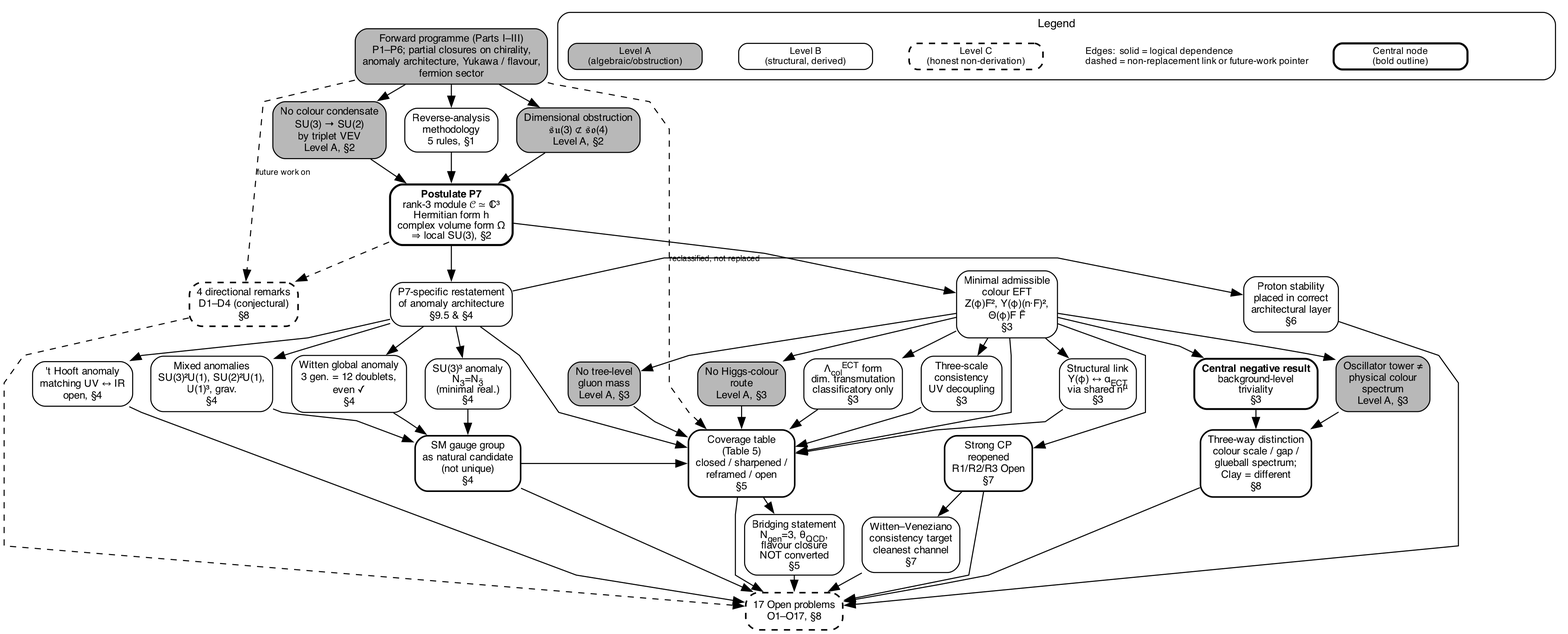
Above: figures/fig_partIV_derivation_logic.png in chufelo/ECT-preprint-code (Graphviz), before the change. Its source is kept beside it as scripts/fig_partIV_derivation_logic.gv. Source of this version:
```dot
digraph PartIV {
  rankdir=TB;
  fontname="Helvetica";
  node [fontname="Helvetica", fontsize=10, shape=box, style="rounded,filled", margin="0.10,0.06"];
  edge [fontname="Helvetica", fontsize=8, color="black", penwidth=1.0];
  splines=polyline;
  nodesep=0.25;
  ranksep=0.14;
  newrank=true;
  labeljust=c;

  { rank=same;
    node [fillcolor="#b8b8b8"];
    forward_inputs [label=<Forward programme (Parts I–III)<BR/>P1–P6; partial closures on chirality,<BR/>anomaly architecture, Yukawa / flavour,<BR/>fermion sector>, fontsize=10];
  }

  { rank=same;
    node [fillcolor="#ffffff"];
    methodology [label=<Reverse-analysis<BR/>methodology<BR/>5 rules, §1>];
    node [fillcolor="#b8b8b8"];
    obs_algebra [label=<Dimensional obstruction<BR/>𝔰𝔲(3) ⊄ 𝔰𝔬(4)<BR/>Level A, §2>];
    obs_condensate [label=<No colour condensate<BR/>SU(3) → SU(2)<BR/>by triplet VEV<BR/>Level A, §2>];
  }

  { rank=same;
    node [fillcolor="#ffffff", penwidth=2.0];
    P7 [label=<<B>Postulate P7</B><BR/>rank-3 module 𝒞 ≃ ℂ³<BR/>Hermitian form h<BR/>complex volume form Ω<BR/>⇒ local SU(3), §2>];
    node [penwidth=1.0];
  }

  { rank=same;
    node [fillcolor="#ffffff"];
    min_eft [label=<Minimal admissible<BR/>colour EFT<BR/>Z(φ)F², Y(φ)(n·F)²,<BR/>Θ(φ)F F̃<BR/>§3>];
    anomaly_restatement [label=<P7-specific restatement<BR/>of anomaly architecture<BR/>§9.5 &amp; §4>];
    proton [label=<Proton stability<BR/>placed in correct<BR/>architectural layer<BR/>§6>];
    node [fillcolor="white", style="rounded,dashed,filled", penwidth=1.5];
    directional [label=<4 directional remarks<BR/>D1–D4 (conjectural)<BR/>§8>];
    node [style="rounded,filled", penwidth=1.0];
  }

  { rank=same;
    node [fillcolor="#b8b8b8"];
    no_gluon_mass [label=<No tree-level<BR/>gluon mass<BR/>Level A, §3>];
    no_higgs_colour [label=<No Higgs-colour<BR/>route<BR/>Level A, §3>];
    no_oscillator [label=<Oscillator tower ≠<BR/>physical colour<BR/>spectrum<BR/>Level A, §3>];
  }

  { rank=same;
    node [fillcolor="#ffffff"];
    y_alpha [label=<Structural link<BR/>Y(φ) ↔ α<SUB>ECT</SUB><BR/>via shared n<SUP>μ</SUP><BR/>§3>];
    lambda_col [label=<Λ<SUB>col</SUB><SUP>ECT</SUP> form<BR/>dim. transmutation<BR/>classificatory only<BR/>§3>];
    triviality [label=<<B>Central negative result</B><BR/>background-level<BR/>triviality<BR/>§3>, penwidth=1.8];
    three_scale [label=<Three-scale<BR/>consistency<BR/>UV decoupling<BR/>§3>];
  }

  { rank=same;
    node [fillcolor="#ffffff"];
    anomaly_su33 [label=<SU(3)³ anomaly<BR/>N<SUB>3</SUB>=N<SUB>3̄</SUB><BR/>(minimal real.)<BR/>§4>];
    anomaly_mixed [label=<Mixed anomalies<BR/>SU(3)²U(1), SU(2)²U(1),<BR/>U(1)³, grav.<BR/>§4>];
    witten_ga [label=<Witten global anomaly<BR/>3 gen. = 12 doublets,<BR/>even ✓<BR/>§4>];
    thooft_match [label=<'t Hooft anomaly<BR/>matching UV ↔ IR<BR/>open, §4>];
  }

  { rank=same;
    node [fillcolor="#ffffff", penwidth=1.5];
    coverage [label=<Coverage table<BR/>(Table 5)<BR/>closed / sharpened /<BR/>reframed / open<BR/>§5>];
    sm_candidate [label=<SM gauge group<BR/>as natural candidate<BR/>(not unique)<BR/>§4>];
    strong_cp [label=<Strong CP<BR/>reopened<BR/>R1/R2/R3 Open<BR/>§7>];
    three_way [label=<Three-way distinction<BR/>colour scale / gap /<BR/>glueball spectrum;<BR/>Clay = different<BR/>§8>];
  }

  { rank=same;
    node [fillcolor="#ffffff"];
    bridging [label=<Bridging statement<BR/>N<SUB>gen</SUB>=3, θ<SUB>QCD</SUB>,<BR/>flavour closure<BR/>NOT converted<BR/>§5>];
    witten_ven [label=<Witten–Veneziano<BR/>consistency target<BR/>cleanest channel<BR/>§7>];
  }

  { rank=same;
    node [fillcolor="white", style="rounded,dashed,filled", penwidth=1.5];
    openlist [label=<17 Open problems<BR/>O1–O17, §8>];
    node [style="rounded,filled", penwidth=1.0];
  }

  forward_inputs -> methodology;
  forward_inputs -> obs_algebra;
  forward_inputs -> obs_condensate;

  methodology -> P7;
  obs_algebra -> P7;
  obs_condensate -> P7;

  P7 -> min_eft;
  P7 -> anomaly_restatement;
  anomaly_restatement -> proton;
  P7 -> directional [style=dashed];

  min_eft -> no_gluon_mass;
  min_eft -> no_higgs_colour;
  min_eft -> no_oscillator;

  min_eft -> y_alpha;
  min_eft -> lambda_col;
  min_eft -> triviality;
  min_eft -> three_scale;

  y_alpha -> coverage;
  lambda_col -> coverage;
  three_scale -> coverage;

  anomaly_restatement -> anomaly_su33;
  anomaly_restatement -> anomaly_mixed;
  anomaly_restatement -> witten_ga;
  anomaly_restatement -> thooft_match;

  min_eft -> coverage;
  anomaly_restatement -> coverage;
  anomaly_su33 -> sm_candidate;
  anomaly_mixed -> sm_candidate;
  witten_ga -> sm_candidate;
  sm_candidate -> coverage;
  min_eft -> strong_cp;
  triviality -> three_way;
  no_oscillator -> three_way;

  no_gluon_mass -> coverage;
  no_higgs_colour -> coverage;

  coverage -> bridging;
  strong_cp -> witten_ven;
  strong_cp -> openlist;

  bridging -> openlist;
  coverage -> openlist;
  three_way -> openlist;
  sm_candidate -> openlist;
  thooft_match -> openlist;
  witten_ven -> openlist;
  proton -> openlist;
  directional -> openlist [style=dashed];

  edge [style=dashed, color="black"];
  forward_inputs -> coverage [label="reclassified, not replaced"];
  forward_inputs -> directional [label="future work on"];

  subgraph cluster_legend {
    label="Legend";
    fontname="Helvetica";
    fontsize=11;
    style="rounded";
    color="black";
    margin=10;
    rank=sink;

    node [fontname="Helvetica", fontsize=9, shape=box, style="rounded,filled", margin="0.08,0.04", width=1.8, height=0.35];
    edge [style=invis];

    lg_A [label=<Level A<BR/>(algebraic/obstruction)>, fillcolor="#b8b8b8"];
    lg_B [label=<Level B<BR/>(structural, derived)>, fillcolor="#ffffff", penwidth=1.0];
    lg_C [label=<Level C<BR/>(honest non-derivation)>, fillcolor="white", style="rounded,dashed,filled", penwidth=1.5];
    lg_central [label=<Central node<BR/>(bold outline)>, fillcolor="#ffffff", penwidth=2.0];

    lg_A -> lg_B -> lg_C -> lg_central;

    lg_edge_solid_src [label="X", shape=point, width=0.01, style=invis];
    lg_edge_solid_dst [label="Y", shape=point, width=0.01, style=invis];
    lg_edge_dashed_src [label="X", shape=point, width=0.01, style=invis];
    lg_edge_dashed_dst [label="Y", shape=point, width=0.01, style=invis];

    lg_note [label=<Edges:  solid = logical dependence<BR ALIGN="LEFT"/>dashed = non-replacement link or future-work pointer<BR ALIGN="LEFT"/>>, fillcolor="white", shape=plaintext, style="", penwidth=0];
    lg_C -> lg_note [style=invis];
  }
}
```
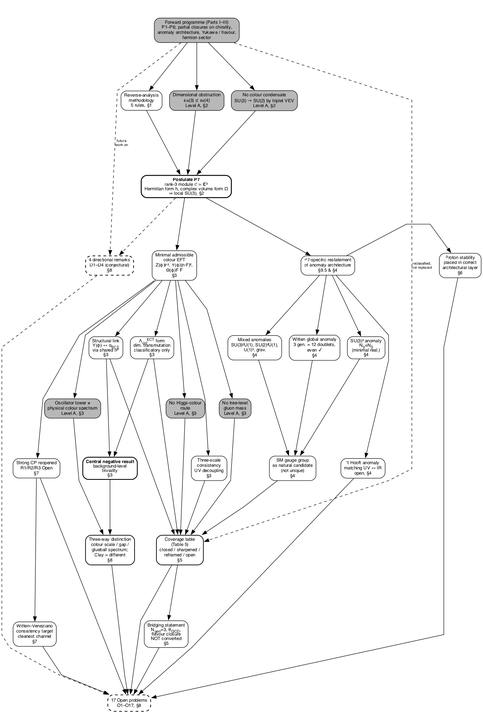
After the commit.

Commit message:
Part IV figure: portrait orientation + separate legend below

Change to the diagram source:
```diff
@@ -1,31 +1,42 @@
 digraph PartIV {
   rankdir=TB;
   fontname="Helvetica";
+  size="6.5,10!";
+  ratio=fill;
   node [fontname="Helvetica", fontsize=10, shape=box, style="rounded,filled", margin="0.10,0.06"];
   edge [fontname="Helvetica", fontsize=8, color="black", penwidth=1.0];
   splines=polyline;
-  nodesep=0.25;
-  ranksep=0.14;
+  nodesep=0.22;
+  ranksep=0.12;
   newrank=true;
   labeljust=c;
 
   { rank=same;
     node [fillcolor="#b8b8b8"];
-    forward_inputs [label=<Forward programme (Parts I–III)<BR/>P1–P6; partial closures on chirality,<BR/>anomaly architecture, Yukawa / flavour,<BR/>fermion sector>, fontsize=10];
+    forward_inputs [label=<Forward programme (Parts I–III)<BR/>P1–P6; partial closures on chirality,<BR/>anomaly architecture, Yukawa / flavour,<BR/>fermion sector>];
   }
 
   { rank=same;
     node [fillcolor="#ffffff"];
     methodology [label=<Reverse-analysis<BR/>methodology<BR/>5 rules, §1>];
+  }
+
+  { rank=same;
     node [fillcolor="#b8b8b8"];
     obs_algebra [label=<Dimensional obstruction<BR/>𝔰𝔲(3) ⊄ 𝔰𝔬(4)<BR/>Level A, §2>];
-    obs_condensate [label=<No colour condensate<BR/>SU(3) → SU(2)<BR/>by triplet VEV<BR/>Level A, §2>];
+    obs_condensate [label=<No colour condensate<BR/>SU(3) → SU(2) by triplet VEV<BR/>Level A, §2>];
   }
 
   { rank=same;
     node [fillcolor="#ffffff", penwidth=2.0];
-    P7 [label=<<B>Postulate P7</B><BR/>rank-3 module 𝒞 ≃ ℂ³<BR/>Hermitian form h<BR/>complex volume form Ω<BR/>⇒ local SU(3), §2>];
+    P7 [label=<<B>Postulate P7</B><BR/>rank-3 module 𝒞 ≃ ℂ³<BR/>Hermitian form h, complex volume form Ω<BR/>⇒ local SU(3), §2>];
     node [penwidth=1.0];
+  }
+
+  { rank=same;
+    node [fillcolor="white", style="rounded,dashed,filled", penwidth=1.5];
+    directional [label=<4 directional remarks<BR/>D1–D4 (conjectural)<BR/>§8>];
+    node [style="rounded,filled", penwidth=1.0];
   }
 
   { rank=same;
@@ -33,24 +44,26 @@
     min_eft [label=<Minimal admissible<BR/>colour EFT<BR/>Z(φ)F², Y(φ)(n·F)²,<BR/>Θ(φ)F F̃<BR/>§3>];
     anomaly_restatement [label=<P7-specific restatement<BR/>of anomaly architecture<BR/>§9.5 &amp; §4>];
     proton [label=<Proton stability<BR/>placed in correct<BR/>architectural layer<BR/>§6>];
-    node [fillcolor="white", style="rounded,dashed,filled", penwidth=1.5];
-    directional [label=<4 directional remarks<BR/>D1–D4 (conjectural)<BR/>§8>];
-    node [style="rounded,filled", penwidth=1.0];
   }
 
   { rank=same;
     node [fillcolor="#b8b8b8"];
     no_gluon_mass [label=<No tree-level<BR/>gluon mass<BR/>Level A, §3>];
     no_higgs_colour [label=<No Higgs-colour<BR/>route<BR/>Level A, §3>];
-    no_oscillator [label=<Oscillator tower ≠<BR/>physical colour<BR/>spectrum<BR/>Level A, §3>];
+    no_oscillator [label=<Oscillator tower ≠<BR/>physical colour spectrum<BR/>Level A, §3>];
   }
 
   { rank=same;
     node [fillcolor="#ffffff"];
     y_alpha [label=<Structural link<BR/>Y(φ) ↔ α<SUB>ECT</SUB><BR/>via shared n<SUP>μ</SUP><BR/>§3>];
     lambda_col [label=<Λ<SUB>col</SUB><SUP>ECT</SUP> form<BR/>dim. transmutation<BR/>classificatory only<BR/>§3>];
+  }
+
+  { rank=same;
+    node [fillcolor="#ffffff"];
     triviality [label=<<B>Central negative result</B><BR/>background-level<BR/>triviality<BR/>§3>, penwidth=1.8];
     three_scale [label=<Three-scale<BR/>consistency<BR/>UV decoupling<BR/>§3>];
+    node [penwidth=1.0];
   }
 
   { rank=same;
@@ -58,15 +71,20 @@
     anomaly_su33 [label=<SU(3)³ anomaly<BR/>N<SUB>3</SUB>=N<SUB>3̄</SUB><BR/>(minimal real.)<BR/>§4>];
     anomaly_mixed [label=<Mixed anomalies<BR/>SU(3)²U(1), SU(2)²U(1),<BR/>U(1)³, grav.<BR/>§4>];
     witten_ga [label=<Witten global anomaly<BR/>3 gen. = 12 doublets,<BR/>even ✓<BR/>§4>];
+  }
+
+  { rank=same;
+    node [fillcolor="#ffffff"];
     thooft_match [label=<'t Hooft anomaly<BR/>matching UV ↔ IR<BR/>open, §4>];
+    sm_candidate [label=<SM gauge group<BR/>as natural candidate<BR/>(not unique)<BR/>§4>];
+    strong_cp [label=<Strong CP reopened<BR/>R1/R2/R3 Open<BR/>§7>];
   }
 
   { rank=same;
     node [fillcolor="#ffffff", penwidth=1.5];
     coverage [label=<Coverage table<BR/>(Table 5)<BR/>closed / sharpened /<BR/>reframed / open<BR/>§5>];
-    sm_candidate [label=<SM gauge group<BR/>as natural candidate<BR/>(not unique)<BR/>§4>];
-    strong_cp [label=<Strong CP<BR/>reopened<BR/>R1/R2/R3 Open<BR/>§7>];
     three_way [label=<Three-way distinction<BR/>colour scale / gap /<BR/>glueball spectrum;<BR/>Clay = different<BR/>§8>];
+    node [penwidth=1.0];
   }
 
   { rank=same;
@@ -91,8 +109,9 @@
 
   P7 -> min_eft;
   P7 -> anomaly_restatement;
+  P7 -> directional [style=dashed];
+
   anomaly_restatement -> proton;
-  P7 -> directional [style=dashed];
 
   min_eft -> no_gluon_mass;
   min_eft -> no_higgs_colour;
@@ -100,73 +119,45 @@
 
   min_eft -> y_alpha;
   min_eft -> lambda_col;
-  min_eft -> triviality;
+
+  y_alpha -> triviality;
+  lambda_col -> triviality;
   min_eft -> three_scale;
-
-  y_alpha -> coverage;
-  lambda_col -> coverage;
-  three_scale -> coverage;
 
   anomaly_restatement -> anomaly_su33;
   anomaly_restatement -> anomaly_mixed;
   anomaly_restatement -> witten_ga;
   anomaly_restatement -> thooft_match;
 
-  min_eft -> coverage;
-  anomaly_restatement -> coverage;
   anomaly_su33 -> sm_candidate;
   anomaly_mixed -> sm_candidate;
   witten_ga -> sm_candidate;
+
+  min_eft -> strong_cp;
+
+  no_gluon_mass -> coverage;
+  no_higgs_colour -> coverage;
+  y_alpha -> coverage;
+  lambda_col -> coverage;
+  three_scale -> coverage;
   sm_candidate -> coverage;
-  min_eft -> strong_cp;
+
   triviality -> three_way;
   no_oscillator -> three_way;
 
-  no_gluon_mass -> coverage;
-  no_higgs_colour -> coverage;
-
   coverage -> bridging;
   strong_cp -> witten_ven;
-  strong_cp -> openlist;
 
   bridging -> openlist;
   coverage -> openlist;
   three_way -> openlist;
-  sm_candidate -> openlist;
   thooft_match -> openlist;
   witten_ven -> openlist;
+  strong_cp -> openlist;
   proton -> openlist;
   directional -> openlist [style=dashed];
 
   edge [style=dashed, color="black"];
-  forward_inputs -> coverage [label="reclassified, not replaced"];
-  forward_inputs -> directional [label="future work on"];
-
-  subgraph cluster_legend {
-    label="Legend";
-    fontname="Helvetica";
-    fontsize=11;
-    style="rounded";
-    color="black";
-    margin=10;
-    rank=sink;
-
-    node [fontname="Helvetica", fontsize=9, shape=box, style="rounded,filled", margin="0.08,0.04", width=1.8, height=0.35];
-    edge [style=invis];
-
-    lg_A [label=<Level A<BR/>(algebraic/obstruction)>, fillcolor="#b8b8b8"];
-    lg_B [label=<Level B<BR/>(structural, derived)>, fillcolor="#ffffff", penwidth=1.0];
-    lg_C [label=<Level C<BR/>(honest non-derivation)>, fillcolor="white", style="rounded,dashed,filled", penwidth=1.5];
-    lg_central [label=<Central node<BR/>(bold outline)>, fillcolor="#ffffff", penwidth=2.0];
-
-    lg_A -> lg_B -> lg_C -> lg_central;
-
-    lg_edge_solid_src [label="X", shape=point, width=0.01, style=invis];
-    lg_edge_solid_dst [label="Y", shape=point, width=0.01, style=invis];
-    lg_edge_dashed_src [label="X", shape=point, width=0.01, style=invis];
-    lg_edge_dashed_dst [label="Y", shape=point, width=0.01, style=invis];
-
-    lg_note [label=<Edges:  solid = logical dependence<BR ALIGN="LEFT"/>dashed = non-replacement link or future-work pointer<BR ALIGN="LEFT"/>>, fillcolor="white", shape=plaintext, style="", penwidth=0];
-    lg_C -> lg_note [style=invis];
-  }
+  forward_inputs -> coverage [label="reclassified,\nnot replaced"];
+  forward_inputs -> directional [label="future\nwork on"];
 }
```
